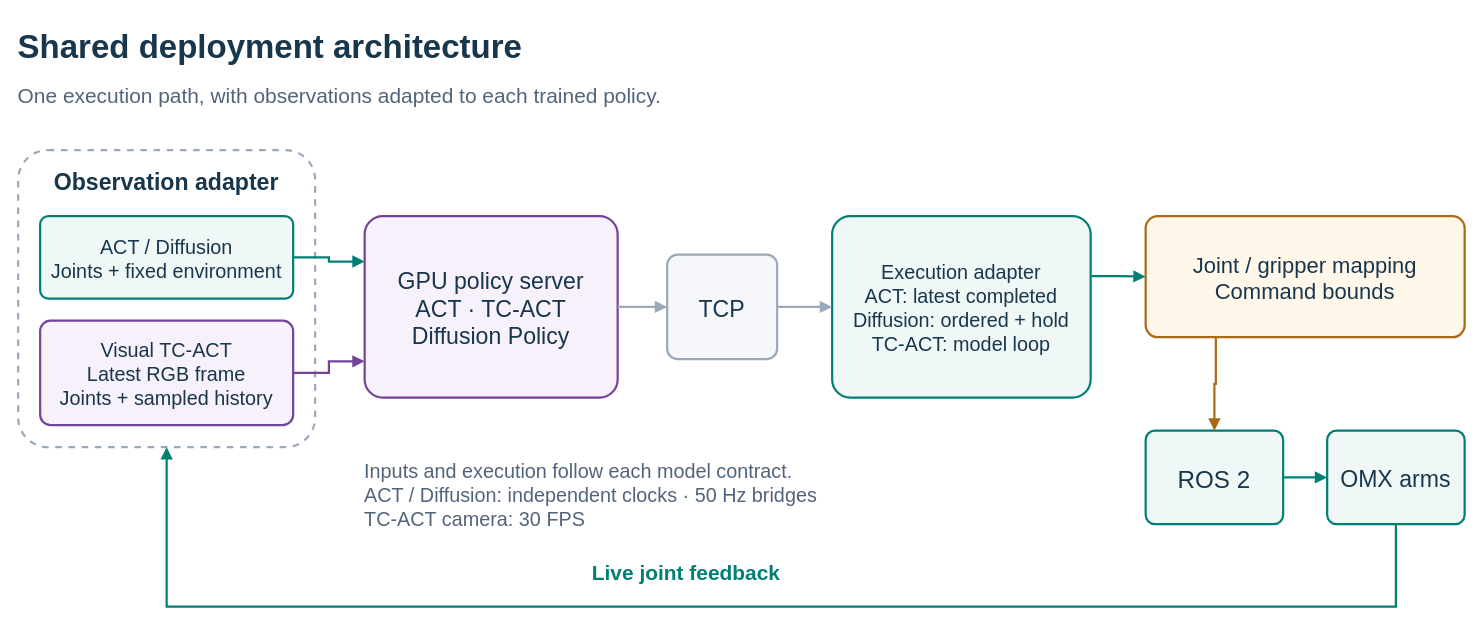
The draw.io diagram page "Deployment architecture" (1 of 2) of docs/assets/diagrams/hardware-deployment.drawio in green101630-jwi/literate-octo-doodle, before the edit. Source tidied: cells renumbered, new cells numbered last; positions are measured from the earlier drawing's top-left corner, leaving out a move shared by most shapes. Both pictures are drawn from the tidied source at 110%, with x=0, y=0 at pixel (18, 18).
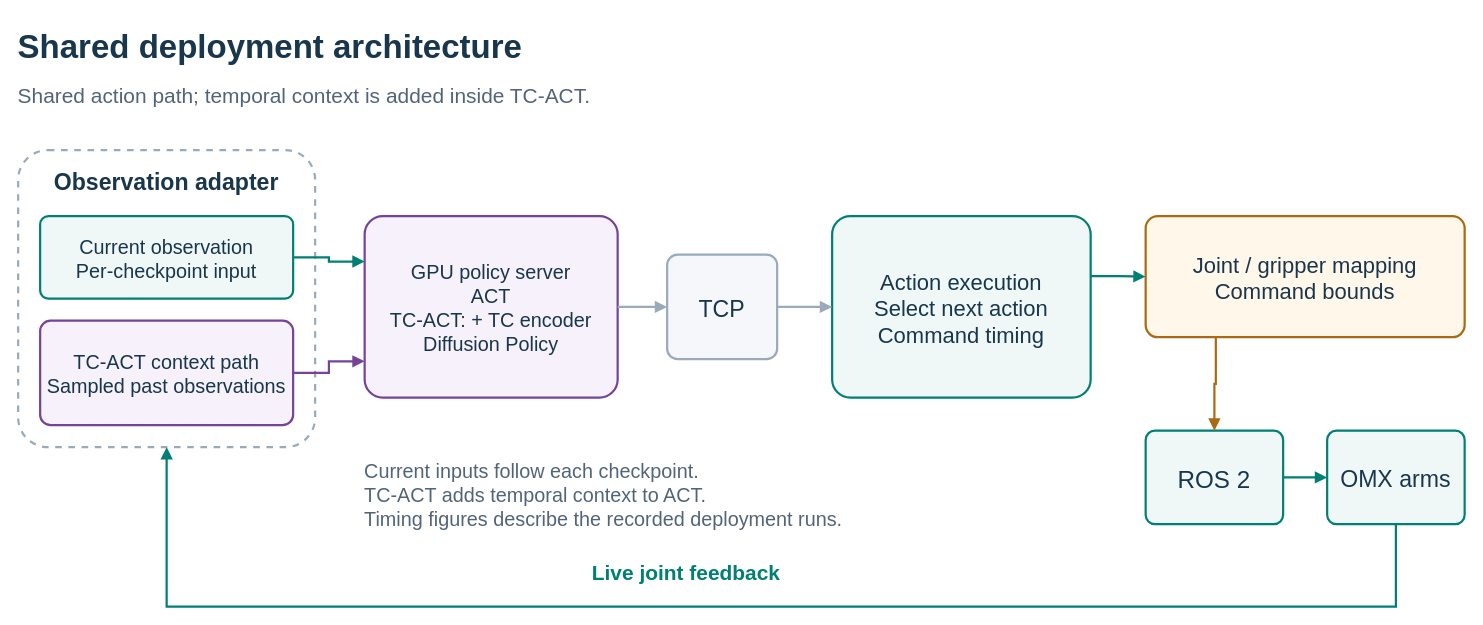
After the change.

Commit message (it also covers changes not shown here):
Clarify shared ACT execution and the TC encoder extension in deployment diagrams

What changed in the source:
```diff
@@
-    <mxCell id="3" value="One execution path, with observations adapted to each trained policy." style="text;html=0;whiteSpace=nowrap;strokeColor=none;fillColor=none;fontColor=#52647a;fontFamily=Arial;fontSize=19;fontStyle=0;align=left;verticalAlign=middle;spacing=0;" parent="1" vertex="1">
+    <mxCell id="3" value="Shared action path; temporal context is added inside TC-ACT." style="text;html=0;whiteSpace=nowrap;strokeColor=none;fillColor=none;fontColor=#52647a;fontFamily=Arial;fontSize=19;fontStyle=0;align=left;verticalAlign=middle;spacing=0;" parent="1" vertex="1">
       <mxGeometry y="52" width="1300" height="35" as="geometry" />
     </mxCell>
@@
-    <mxCell id="6" value="ACT / Diffusion&#10;Joints + fixed environment" style="rounded=1;arcSize=10;whiteSpace=nowrap;html=0;fillColor=#f0f8f7;strokeColor=#007f75;strokeWidth=2;fontColor=#18364c;fontFamily=Arial;fontSize=18;align=center;verticalAlign=middle;spacing=12;" parent="1" vertex="1">
+    <mxCell id="6" value="Current observation&#10;Per-checkpoint input" style="rounded=1;arcSize=10;whiteSpace=nowrap;html=0;fillColor=#f0f8f7;strokeColor=#007f75;strokeWidth=2;fontColor=#18364c;fontFamily=Arial;fontSize=18;align=center;verticalAlign=middle;spacing=12;" parent="1" vertex="1">
       <mxGeometry x="20" y="180" width="230" height="75" as="geometry" />
     </mxCell>
-    <mxCell id="7" value="Visual TC-ACT&#10;Latest RGB frame&#10;Joints + sampled history" style="rounded=1;arcSize=10;whiteSpace=nowrap;html=0;fillColor=#f6f1fa;strokeColor=#75439a;strokeWidth=2;fontColor=#18364c;fontFamily=Arial;fontSize=18;align=center;verticalAlign=middle;spacing=12;" parent="1" vertex="1">
+    <mxCell id="7" value="TC-ACT context path&#10;Sampled past observations" style="rounded=1;arcSize=10;whiteSpace=nowrap;html=0;fillColor=#f6f1fa;strokeColor=#75439a;strokeWidth=2;fontColor=#18364c;fontFamily=Arial;fontSize=18;align=center;verticalAlign=middle;spacing=12;" parent="1" vertex="1">
       <mxGeometry x="20" y="275" width="230" height="95" as="geometry" />
     </mxCell>
-    <mxCell id="8" value="GPU policy server&#10;ACT · TC-ACT&#10;Diffusion Policy" style="rounded=1;arcSize=10;whiteSpace=nowrap;html=0;fillColor=#f6f1fa;strokeColor=#75439a;strokeWidth=2;fontColor=#18364c;fontFamily=Arial;fontSize=21;align=center;verticalAlign=middle;spacing=12;" parent="1" vertex="1">
+    <mxCell id="8" value="GPU policy server&#10;ACT&#10;TC-ACT: + TC encoder&#10;Diffusion Policy" style="rounded=1;arcSize=10;whiteSpace=nowrap;html=0;fillColor=#f6f1fa;strokeColor=#75439a;strokeWidth=2;fontColor=#18364c;fontFamily=Arial;fontSize=18;align=center;verticalAlign=middle;spacing=12;" parent="1" vertex="1">
       <mxGeometry x="315" y="180" width="230" height="165" as="geometry" />
     </mxCell>
@@
-    <mxCell id="10" value="Execution adapter&#10;ACT: latest completed&#10;Diffusion: ordered + hold&#10;TC-ACT: model loop" style="rounded=1;arcSize=10;whiteSpace=nowrap;html=0;fillColor=#f0f8f7;strokeColor=#007f75;strokeWidth=2;fontColor=#18364c;fontFamily=Arial;fontSize=18;align=center;verticalAlign=middle;spacing=12;" parent="1" vertex="1">
+    <mxCell id="10" value="Action execution&#10;Select next action&#10;Command timing" style="rounded=1;arcSize=10;whiteSpace=nowrap;html=0;fillColor=#f0f8f7;strokeColor=#007f75;strokeWidth=2;fontColor=#18364c;fontFamily=Arial;fontSize=20;align=center;verticalAlign=middle;spacing=12;" parent="1" vertex="1">
       <mxGeometry x="740" y="180" width="235" height="165" as="geometry" />
     </mxCell>
@@
-    <mxCell id="23" value="Inputs and execution follow each model contract.&#10;ACT / Diffusion: independent clocks · 50 Hz bridges&#10;TC-ACT camera: 30 FPS" style="text;html=0;whiteSpace=nowrap;strokeColor=none;fillColor=none;fontColor=#52647a;fontFamily=Arial;fontSize=18;fontStyle=0;align=left;verticalAlign=middle;spacing=0;" parent="1" vertex="1">
+    <mxCell id="23" value="Current inputs follow each checkpoint.&#10;TC-ACT adds temporal context to ACT.&#10;Timing figures describe the recorded deployment runs." style="text;html=0;whiteSpace=nowrap;strokeColor=none;fillColor=none;fontColor=#52647a;fontFamily=Arial;fontSize=18;fontStyle=0;align=left;verticalAlign=middle;spacing=0;" parent="1" vertex="1">
       <mxGeometry x="315" y="390" width="650" height="85" as="geometry" />
     </mxCell>
```
